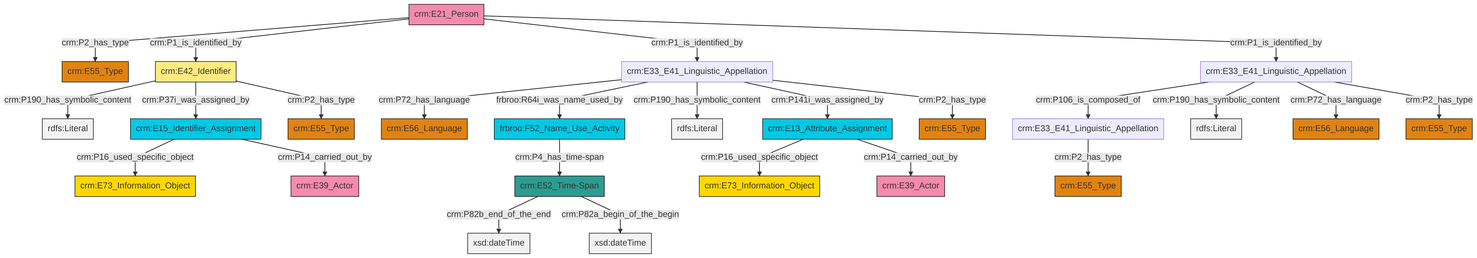
Earlier version of the Mermaid export et/personCSV/ttl/mmd/png/Person_Names_and_Classification.png (swiss-art-research-net/docs.swissartresearch). Its source is kept beside it as et/personCSV/ttl/mmd/Person_Names_and_Classification.ttl.mmd.
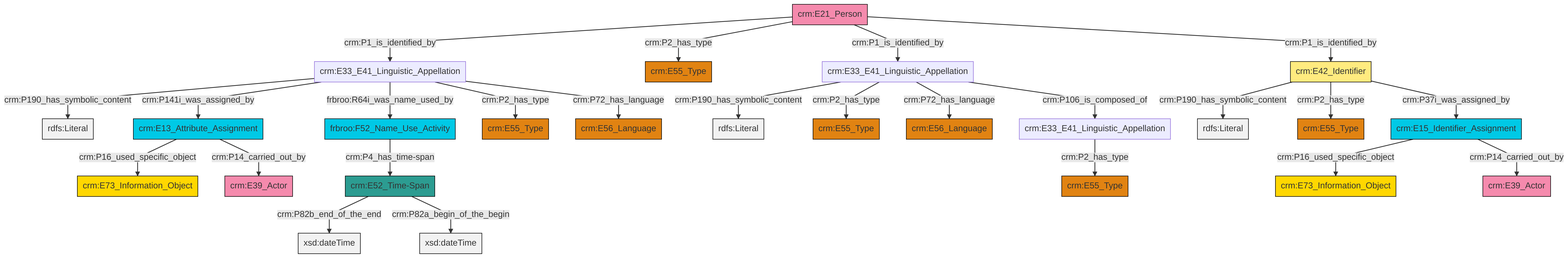
The same file after the commit.

The edit, as a diff of the source:
```diff
@@ -13,27 +13,27 @@
 classDef PC_Classes fill:#4ce600, stroke:#000000;
 classDef Multi fill:#cccccc,stroke:#000000;
 
-2["crm:E21_Person"]:::Actor -->|crm:P2_has_type| 3["crm:E55_Type"]:::Type
-4["crm:E33_E41_Linguistic_Appellation"]:::Default -->|crm:P106_is_composed_of| 5["crm:E33_E41_Linguistic_Appellation"]:::Default
-2["crm:E21_Person"]:::Actor -->|crm:P1_is_identified_by| 8["crm:E42_Identifier"]:::Appellation
-9["crm:E33_E41_Linguistic_Appellation"]:::Default -->|crm:P72_has_language| 10["crm:E56_Language"]:::Type
-13["crm:E13_Attribute_Assignment"]:::Temporal_Entity -->|crm:P16_used_specific_object| 6["crm:E73_Information_Object"]:::Conceptual_Object
-5["crm:E33_E41_Linguistic_Appellation"]:::Default -->|crm:P2_has_type| 18["crm:E55_Type"]:::Type
-9["crm:E33_E41_Linguistic_Appellation"]:::Default -->|frbroo:R64i_was_name_used_by| 0["frbroo:F52_Name_Use_Activity"]:::Temporal_Entity
-0["frbroo:F52_Name_Use_Activity"]:::Temporal_Entity -->|crm:P4_has_time-span| 24["crm:E52_Time-Span"]:::Time-Span
-4["crm:E33_E41_Linguistic_Appellation"]:::Default -->|crm:P190_has_symbolic_content| 28[rdfs:Literal]:::Literal
-2["crm:E21_Person"]:::Actor -->|crm:P1_is_identified_by| 9["crm:E33_E41_Linguistic_Appellation"]:::Default
-24["crm:E52_Time-Span"]:::Time-Span -->|crm:P82b_end_of_the_end| 34[xsd:dateTime]:::Literal
-9["crm:E33_E41_Linguistic_Appellation"]:::Default -->|crm:P190_has_symbolic_content| 35[rdfs:Literal]:::Literal
-9["crm:E33_E41_Linguistic_Appellation"]:::Default -->|crm:P141i_was_assigned_by| 13["crm:E13_Attribute_Assignment"]:::Temporal_Entity
-13["crm:E13_Attribute_Assignment"]:::Temporal_Entity -->|crm:P14_carried_out_by| 31["crm:E39_Actor"]:::Actor
-8["crm:E42_Identifier"]:::Appellation -->|crm:P190_has_symbolic_content| 41[rdfs:Literal]:::Literal
-2["crm:E21_Person"]:::Actor -->|crm:P1_is_identified_by| 4["crm:E33_E41_Linguistic_Appellation"]:::Default
-8["crm:E42_Identifier"]:::Appellation -->|crm:P37i_was_assigned_by| 16["crm:E15_Identifier_Assignment"]:::Temporal_Entity
-4["crm:E33_E41_Linguistic_Appellation"]:::Default -->|crm:P72_has_language| 43["crm:E56_Language"]:::Type
-24["crm:E52_Time-Span"]:::Time-Span -->|crm:P82a_begin_of_the_begin| 44[xsd:dateTime]:::Literal
-16["crm:E15_Identifier_Assignment"]:::Temporal_Entity -->|crm:P16_used_specific_object| 14["crm:E73_Information_Object"]:::Conceptual_Object
-16["crm:E15_Identifier_Assignment"]:::Temporal_Entity -->|crm:P14_carried_out_by| 11["crm:E39_Actor"]:::Actor
-9["crm:E33_E41_Linguistic_Appellation"]:::Default -->|crm:P2_has_type| 19["crm:E55_Type"]:::Type
-8["crm:E42_Identifier"]:::Appellation -->|crm:P2_has_type| 21["crm:E55_Type"]:::Type
-4["crm:E33_E41_Linguistic_Appellation"]:::Default -->|crm:P2_has_type| 29["crm:E55_Type"]:::Type
+0["crm:E13_Attribute_Assignment"]:::Temporal_Entity -->|crm:P16_used_specific_object| 1["crm:E73_Information_Object"]:::Conceptual_Object
+4["frbroo:F52_Name_Use_Activity"]:::Temporal_Entity -->|crm:P4_has_time-span| 8["crm:E52_Time-Span"]:::Time-Span
+9["crm:E42_Identifier"]:::Appellation -->|crm:P190_has_symbolic_content| 10[rdfs:Literal]:::Literal
+11["crm:E21_Person"]:::Actor -->|crm:P1_is_identified_by| 12["crm:E33_E41_Linguistic_Appellation"]:::Default
+12["crm:E33_E41_Linguistic_Appellation"]:::Default -->|crm:P190_has_symbolic_content| 14[rdfs:Literal]:::Literal
+0["crm:E13_Attribute_Assignment"]:::Temporal_Entity -->|crm:P14_carried_out_by| 2["crm:E39_Actor"]:::Actor
+8["crm:E52_Time-Span"]:::Time-Span -->|crm:P82b_end_of_the_end| 21[xsd:dateTime]:::Literal
+8["crm:E52_Time-Span"]:::Time-Span -->|crm:P82a_begin_of_the_begin| 22[xsd:dateTime]:::Literal
+23["crm:E15_Identifier_Assignment"]:::Temporal_Entity -->|crm:P16_used_specific_object| 6["crm:E73_Information_Object"]:::Conceptual_Object
+23["crm:E15_Identifier_Assignment"]:::Temporal_Entity -->|crm:P14_carried_out_by| 24["crm:E39_Actor"]:::Actor
+11["crm:E21_Person"]:::Actor -->|crm:P2_has_type| 27["crm:E55_Type"]:::Type
+12["crm:E33_E41_Linguistic_Appellation"]:::Default -->|crm:P141i_was_assigned_by| 0["crm:E13_Attribute_Assignment"]:::Temporal_Entity
+11["crm:E21_Person"]:::Actor -->|crm:P1_is_identified_by| 28["crm:E33_E41_Linguistic_Appellation"]:::Default
+11["crm:E21_Person"]:::Actor -->|crm:P1_is_identified_by| 9["crm:E42_Identifier"]:::Appellation
+9["crm:E42_Identifier"]:::Appellation -->|crm:P2_has_type| 30["crm:E55_Type"]:::Type
+9["crm:E42_Identifier"]:::Appellation -->|crm:P37i_was_assigned_by| 23["crm:E15_Identifier_Assignment"]:::Temporal_Entity
+12["crm:E33_E41_Linguistic_Appellation"]:::Default -->|frbroo:R64i_was_name_used_by| 4["frbroo:F52_Name_Use_Activity"]:::Temporal_Entity
+28["crm:E33_E41_Linguistic_Appellation"]:::Default -->|crm:P190_has_symbolic_content| 32[rdfs:Literal]:::Literal
+17["crm:E33_E41_Linguistic_Appellation"]:::Default -->|crm:P2_has_type| 35["crm:E55_Type"]:::Type
+28["crm:E33_E41_Linguistic_Appellation"]:::Default -->|crm:P2_has_type| 19["crm:E55_Type"]:::Type
+12["crm:E33_E41_Linguistic_Appellation"]:::Default -->|crm:P2_has_type| 15["crm:E55_Type"]:::Type
+12["crm:E33_E41_Linguistic_Appellation"]:::Default -->|crm:P72_has_language| 40["crm:E56_Language"]:::Type
+28["crm:E33_E41_Linguistic_Appellation"]:::Default -->|crm:P72_has_language| 33["crm:E56_Language"]:::Type
+28["crm:E33_E41_Linguistic_Appellation"]:::Default -->|crm:P106_is_composed_of| 17["crm:E33_E41_Linguistic_Appellation"]:::Default
```
